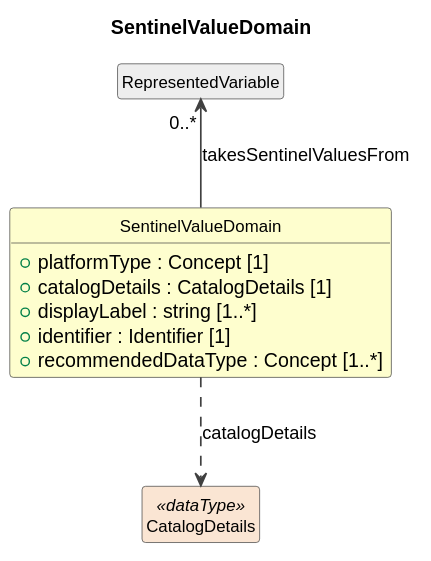
Above: build/plantuml/cdifDataStructure/Classes/SentinelValueDomain.svg in Cross-Domain-Interoperability-Framework/metadataBuildingBlocks (PlantUML), before the change.
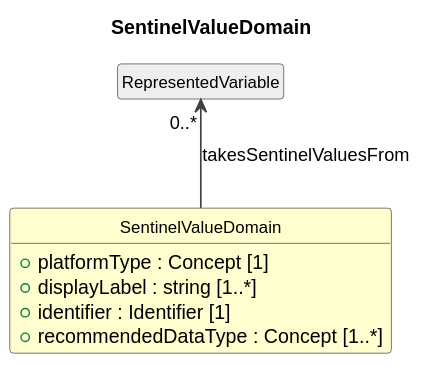
Later version of the same file.

What changed in the source:
```diff
@@ -12,13 +12,10 @@
 
 class "SentinelValueDomain" as SentinelValueDomain #FEFECE {
   +platformType : Concept [1]
-  +catalogDetails : CatalogDetails [1]
   +displayLabel : string [1..*]
   +identifier : Identifier [1]
   +recommendedDataType : Concept [1..*]
 }
 class "RepresentedVariable" as RepresentedVariable #EEEEEE
 RepresentedVariable "0..*" <-- SentinelValueDomain : takesSentinelValuesFrom
-class "CatalogDetails" as CatalogDetails <<dataType>> #FAE5D3
-SentinelValueDomain ..> CatalogDetails : catalogDetails
 @enduml
```
